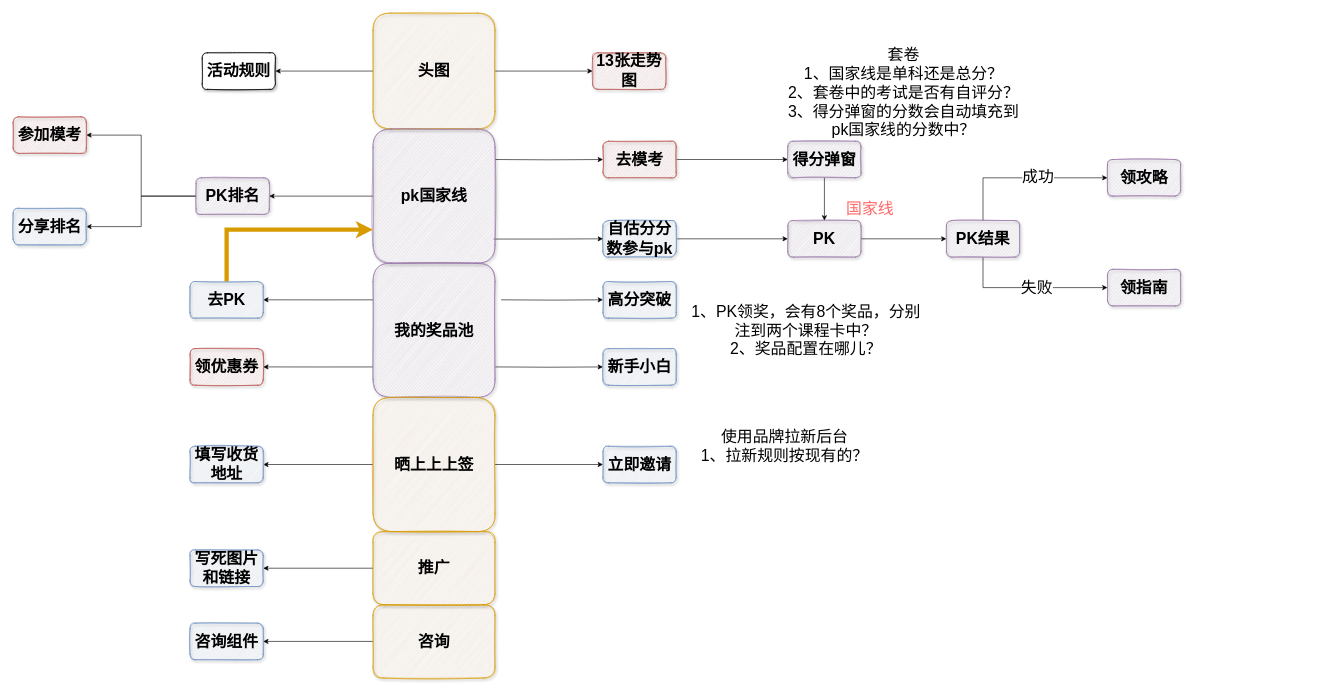
This is 模考.drawio from me-Minion/draw, a draw.io file, before an edit. Source tidied: cells renumbered, new cells numbered last; positions are measured from the earlier drawing's top-left corner, leaving out a move shared by most shapes. Both pictures are drawn from the tidied source at 61%, with x=0, y=0 at pixel (13, 13).
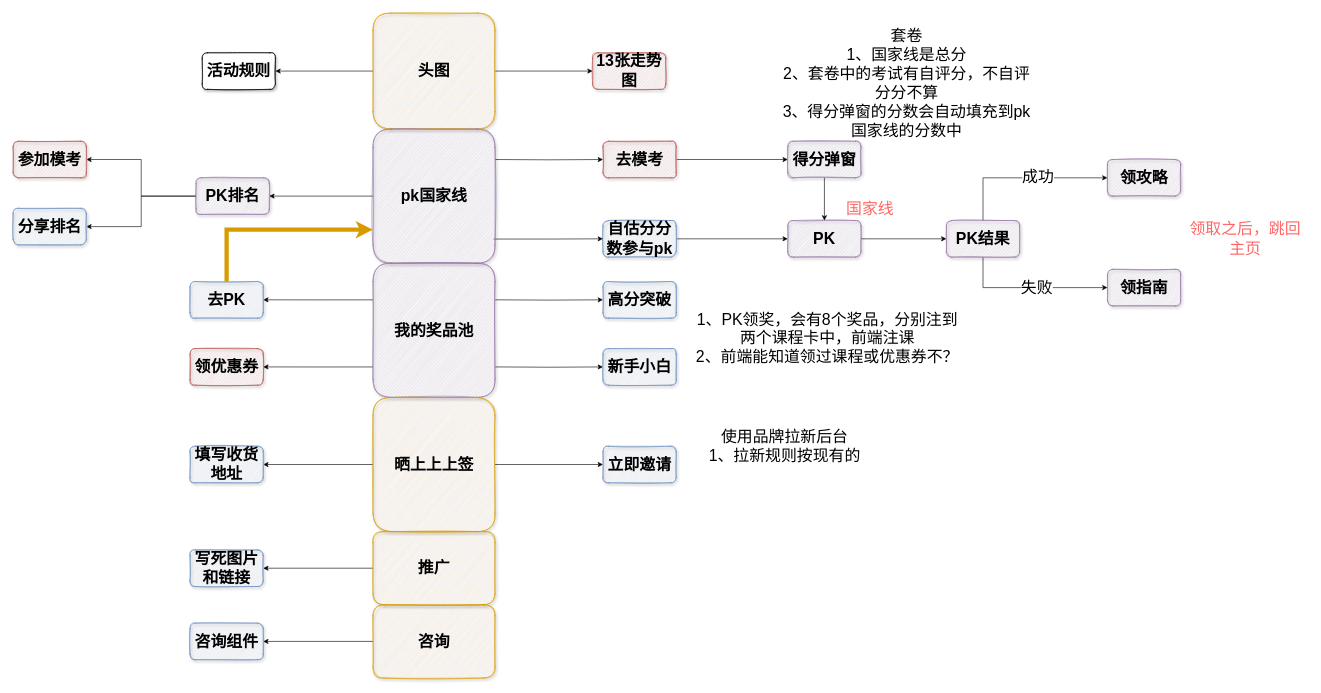
After the change.

Unchanged cells that the change refers to:
```xml
<mxCell id="45" value="高分突破" style="whiteSpace=wrap;html=1;fontSize=26;fillColor=#dae8fc;strokeColor=#6c8ebf;rounded=1;fontStyle=1;glass=0;shadow=1;sketch=1;" parent="1" vertex="1">
  <mxGeometry x="967" y="440" width="120" height="60" as="geometry" />
</mxCell>
```

What changed in the source:
```diff
@@
     <mxCell id="21" value="参加模考" style="rounded=1;whiteSpace=wrap;html=1;fontSize=26;fontStyle=1;glass=0;shadow=1;sketch=1;fillColor=#f8cecc;strokeColor=#b85450;" parent="1" vertex="1">
-      <mxGeometry y="170" width="120" height="60" as="geometry" />
+      <mxGeometry y="210" width="120" height="60" as="geometry" />
     </mxCell>
@@
     <mxCell id="31" style="edgeStyle=orthogonalEdgeStyle;rounded=0;jettySize=auto;html=1;fontSize=26;" parent="1" edge="1" target="45">
       <mxGeometry relative="1" as="geometry">
-        <mxPoint x="800" y="470" as="sourcePoint" />
+        <mxPoint x="790" y="470" as="sourcePoint" />
       </mxGeometry>
     </mxCell>
@@
-    <mxCell id="43" value="套卷&lt;br&gt;1、国家线是单科还是总分？&lt;br&gt;2、套卷中的考试是否有自评分？&lt;br&gt;3、得分弹窗的分数会自动填充到pk国家线的分数中？" style="text;html=1;strokeColor=none;fillColor=none;align=center;verticalAlign=middle;whiteSpace=wrap;rounded=0;shadow=1;glass=0;sketch=1;fontSize=26;" parent="1" vertex="1">
-      <mxGeometry x="1260" y="50" width="400" height="160" as="geometry" />
+    <mxCell id="43" value="套卷&lt;br&gt;1、国家线是总分&lt;br&gt;2、套卷中的考试有自评分，不自评分分不算&lt;br&gt;3、得分弹窗的分数会自动填充到pk国家线的分数中" style="text;html=1;strokeColor=none;fillColor=none;align=center;verticalAlign=middle;whiteSpace=wrap;rounded=0;shadow=1;glass=0;sketch=1;fontSize=26;" parent="1" vertex="1">
+      <mxGeometry x="1260" y="50" width="410" height="130" as="geometry" />
     </mxCell>
@@
-    <mxCell id="47" value="1、PK领奖，会有8个奖品，分别注到两个课程卡中？&lt;br&gt;2、奖品配置在哪儿？" style="text;html=1;strokeColor=none;fillColor=none;align=center;verticalAlign=middle;whiteSpace=wrap;rounded=0;shadow=1;glass=0;sketch=1;fontSize=26;" parent="1" vertex="1">
-      <mxGeometry x="1110" y="475" width="380" height="90" as="geometry" />
+    <mxCell id="47" value="1、PK领奖，会有8个奖品，分别注到两个课程卡中，前端注课&lt;br&gt;2、前端能知道领过课程或优惠券不？" style="text;html=1;strokeColor=none;fillColor=none;align=center;verticalAlign=middle;whiteSpace=wrap;rounded=0;shadow=1;glass=0;sketch=1;fontSize=26;" parent="1" vertex="1">
+      <mxGeometry x="1110" y="475" width="450" height="115" as="geometry" />
     </mxCell>
@@
-    <mxCell id="54" value="使用品牌拉新后台&lt;br&gt;1、拉新规则按现有的？" style="text;html=1;strokeColor=none;fillColor=none;align=center;verticalAlign=middle;whiteSpace=wrap;rounded=0;shadow=1;glass=0;sketch=1;fontSize=26;" parent="1" vertex="1">
+    <mxCell id="54" value="使用品牌拉新后台&lt;br&gt;1、拉新规则按现有的" style="text;html=1;strokeColor=none;fillColor=none;align=center;verticalAlign=middle;whiteSpace=wrap;rounded=0;shadow=1;glass=0;sketch=1;fontSize=26;" parent="1" vertex="1">
       <mxGeometry x="1100" y="670" width="330" height="80" as="geometry" />
     </mxCell>
@@
+    <mxCell id="56" value="领取之后，跳回主页" style="text;html=1;strokeColor=none;fillColor=none;align=center;verticalAlign=middle;whiteSpace=wrap;rounded=0;shadow=1;glass=0;sketch=1;fontSize=26;fontColor=#FF6666;" parent="1" vertex="1">
+      <mxGeometry x="1920" y="349" width="200" height="41" as="geometry" />
+    </mxCell>
```
